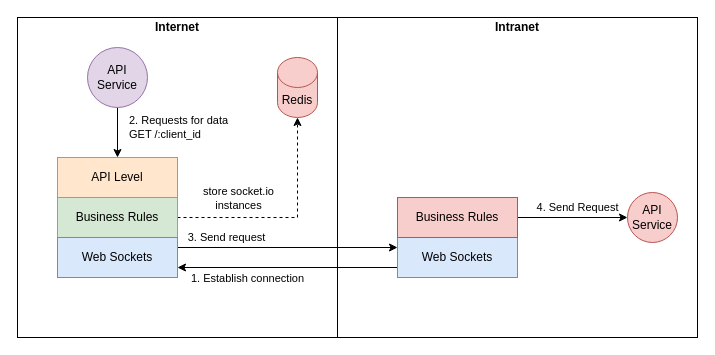
The draw.io diagram docs/SG-Server.drawio in 855ribeiro/secure-gateway-server, before the edit. Source tidied: cells renumbered, new cells numbered last; positions are measured from the earlier drawing's top-left corner, leaving out a move shared by most shapes. Both pictures are drawn from the tidied source at 100%, with x=0, y=0 at pixel (17, 17).
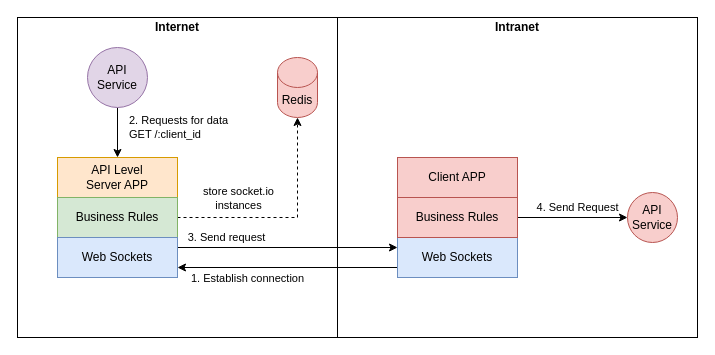
The same diagram, later.

Commit message (it also covers changes not shown here):
docs: adjusting architecture

Change to the diagram source:
```diff
@@
-    <mxCell id="4" value="API Level" style="rounded=0;whiteSpace=wrap;html=1;fillColor=#ffe6cc;strokeColor=#d79b00;" parent="1" vertex="1">
+    <mxCell id="4" value="API Level&lt;br&gt;Server APP" style="rounded=0;whiteSpace=wrap;html=1;fillColor=#ffe6cc;strokeColor=#d79b00;" parent="1" vertex="1">
       <mxGeometry x="40" y="140" width="120" height="40" as="geometry" />
     </mxCell>
@@
+    <mxCell id="21" value="Client APP" style="rounded=0;whiteSpace=wrap;html=1;fillColor=#f8cecc;strokeColor=#b85450;" parent="1" vertex="1">
+      <mxGeometry x="380" y="140" width="120" height="40" as="geometry" />
+    </mxCell>
```
